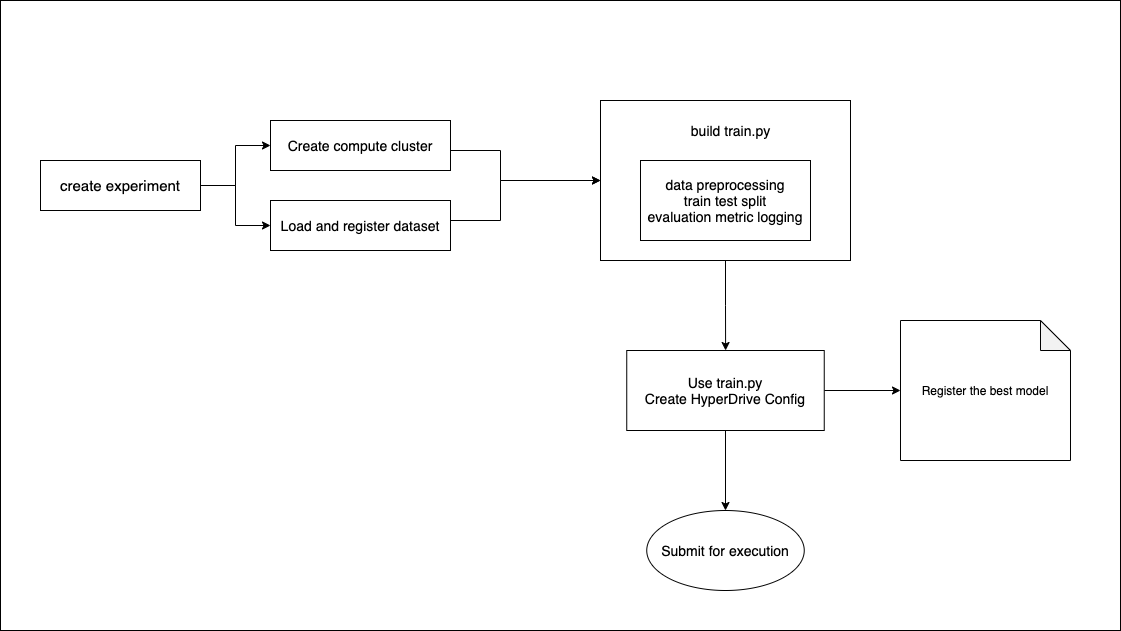
Earlier version of the draw.io export images/hyperdrive_diagram.png (chen-bowen/Predicting_Ads_Click_Rate_with_Azure). Source tidied: cells renumbered, new cells last; positions are measured from the earlier drawing's top-left corner, leaving out a move shared by most shapes.
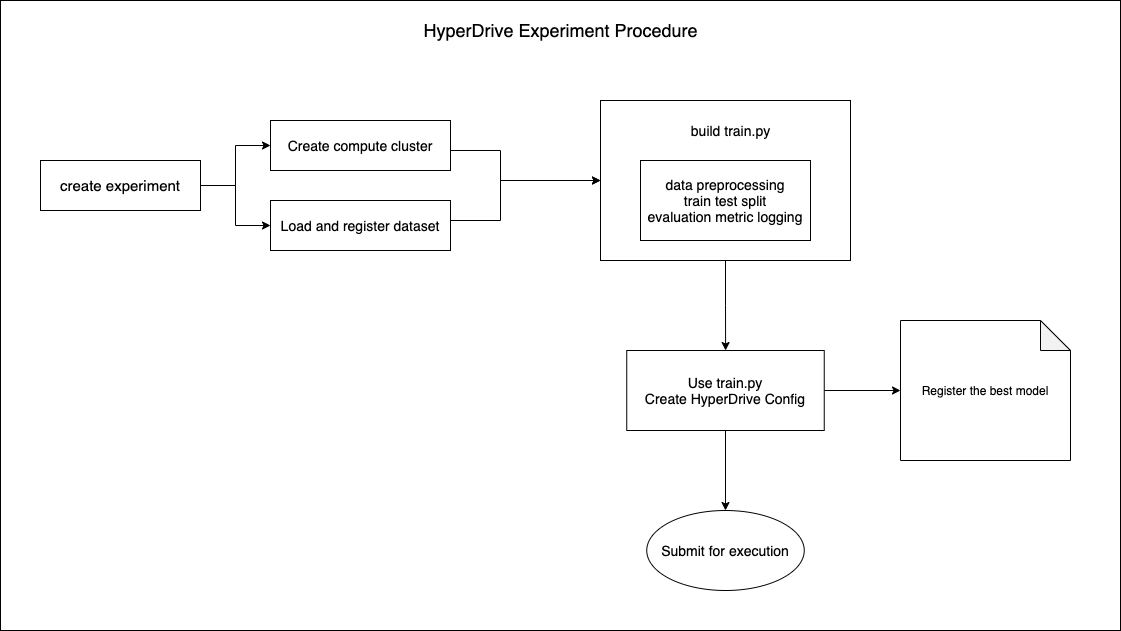
The same diagram one commit later.

Change to the diagram source:
```diff
@@ -72,5 +72,8 @@
         </Array>
       </mxGeometry>
     </mxCell>
+    <mxCell id="19" value="&lt;font style=&quot;font-size: 18px&quot;&gt;HyperDrive Experiment Procedure&lt;/font&gt;" style="text;html=1;strokeColor=none;fillColor=none;align=center;verticalAlign=middle;whiteSpace=wrap;rounded=0;" parent="1" vertex="1">
+      <mxGeometry x="402.5" y="20" width="315" height="20" as="geometry" />
+    </mxCell>
   </root>
 </mxGraphModel>
```
